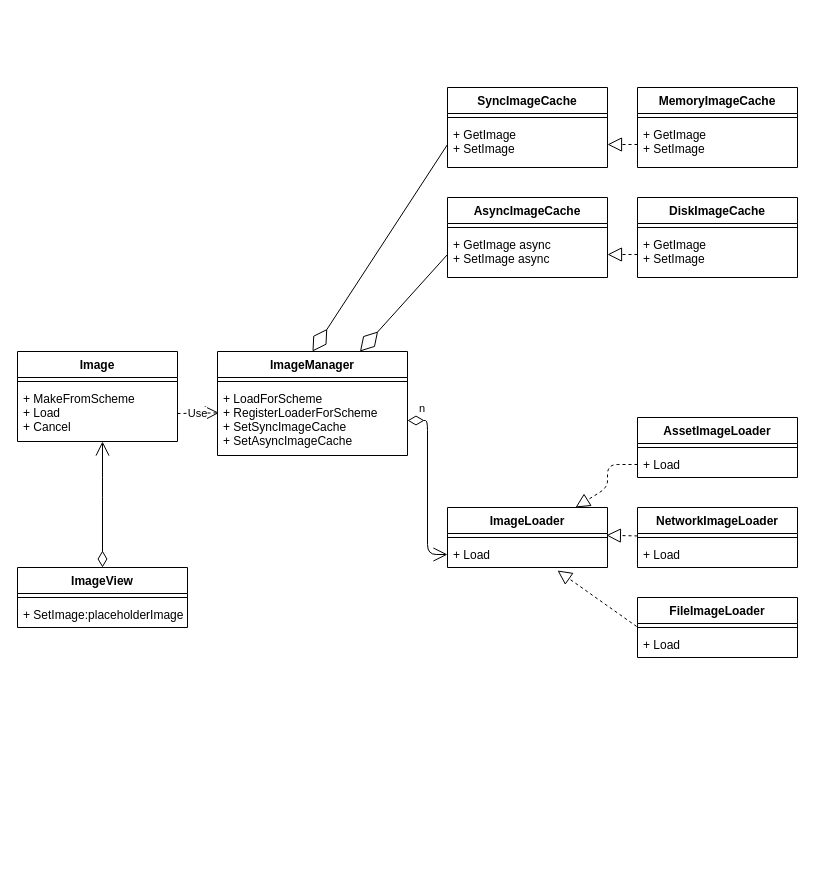
Earlier version of the draw.io diagram page "类图" (1 of 2) of Untitled Diagram.drawio (SoolyChristy/SoolyChristina.github.io). Source tidied: cells renumbered, new cells numbered last; positions are measured from the earlier drawing's top-left corner, leaving out a move shared by most shapes. Both pictures are drawn from the tidied source at 100%, with x=0, y=0 at pixel (17, 87).
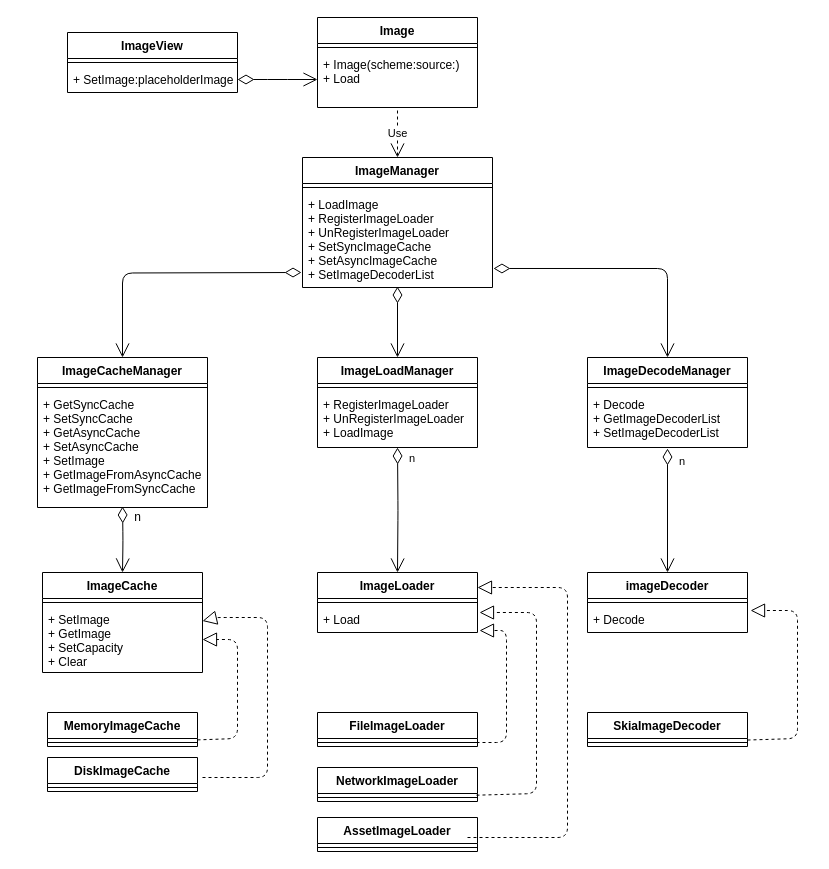
The same page after the edit.

Unchanged cells that the change refers to:
```xml
<mxCell id="9" style="line;strokeWidth=1;fillColor=none;align=left;verticalAlign=middle;spacingTop=-1;spacingLeft=3;spacingRight=3;labelPosition=right;points=[];portConstraint=eastwest;" parent="8" vertex="1">
  <mxGeometry y="26" width="160" height="8" as="geometry" />
</mxCell>
<mxCell id="10" value="+ Load" style="text;strokeColor=none;fillColor=none;align=left;verticalAlign=top;spacingLeft=4;spacingRight=4;overflow=hidden;points=[[0,0.5],[1,0.5]];portConstraint=eastwest;" parent="8" vertex="1">
  <mxGeometry y="34" width="160" height="26" as="geometry" />
</mxCell>
<mxCell id="15" style="line;strokeWidth=1;fillColor=none;align=left;verticalAlign=middle;spacingTop=-1;spacingLeft=3;spacingRight=3;labelPosition=right;points=[];portConstraint=eastwest;" parent="14" vertex="1">
  <mxGeometry y="26" width="160" height="8" as="geometry" />
</mxCell>
<mxCell id="34" value="+ SetImage:placeholderImage" style="text;strokeColor=none;fillColor=none;align=left;verticalAlign=top;spacingLeft=4;spacingRight=4;overflow=hidden;points=[[0,0.5],[1,0.5]];portConstraint=eastwest;" parent="32" vertex="1">
  <mxGeometry y="34" width="170" height="26" as="geometry" />
</mxCell>
```

The edit, as a diff of the source:
```diff
@@
     <mxCell id="2" value="Image" style="swimlane;fontStyle=1;align=center;verticalAlign=top;horizontal=1;startSize=26;" parent="1" vertex="1">
-      <mxGeometry y="264" width="160" height="90" as="geometry" />
+      <mxGeometry x="300" y="-70" width="160" height="90" as="geometry" />
     </mxCell>
@@
-    <mxCell id="4" value="+ MakeFromScheme&#10;+ Load&#10;+ Cancel" style="text;strokeColor=none;fillColor=none;align=left;verticalAlign=top;spacingLeft=4;spacingRight=4;overflow=hidden;points=[[0,0.5],[1,0.5]];portConstraint=eastwest;" parent="2" vertex="1">
+    <mxCell id="4" value="+ Image(scheme:source:)&#10;+ Load" style="text;strokeColor=none;fillColor=none;align=left;verticalAlign=top;spacingLeft=4;spacingRight=4;overflow=hidden;points=[[0,0.5],[1,0.5]];portConstraint=eastwest;" parent="2" vertex="1">
       <mxGeometry y="34" width="160" height="56" as="geometry" />
     </mxCell>
     <mxCell id="5" value="ImageManager" style="swimlane;fontStyle=1;align=center;verticalAlign=top;horizontal=1;startSize=26;" parent="1" vertex="1">
-      <mxGeometry x="200" y="264" width="190" height="104" as="geometry" />
+      <mxGeometry x="285" y="70" width="190" height="130" as="geometry" />
     </mxCell>
@@
-    <mxCell id="7" value="+ LoadForScheme&#10;+ RegisterLoaderForScheme&#10;+ SetSyncImageCache&#10;+ SetAsyncImageCache" style="text;strokeColor=none;fillColor=none;align=left;verticalAlign=top;spacingLeft=4;spacingRight=4;overflow=hidden;points=[[0,0.5],[1,0.5]];portConstraint=eastwest;" parent="5" vertex="1">
-      <mxGeometry y="34" width="190" height="70" as="geometry" />
+    <mxCell id="7" value="+ LoadImage&#10;+ RegisterImageLoader&#10;+ UnRegisterImageLoader&#10;+ SetSyncImageCache&#10;+ SetAsyncImageCache&#10;+ SetImageDecoderList" style="text;strokeColor=none;fillColor=none;align=left;verticalAlign=top;spacingLeft=4;spacingRight=4;overflow=hidden;points=[[0,0.5],[1,0.5]];portConstraint=eastwest;" parent="5" vertex="1">
+      <mxGeometry y="34" width="190" height="96" as="geometry" />
     </mxCell>
     <mxCell id="8" value="ImageLoader" style="swimlane;fontStyle=1;align=center;verticalAlign=top;horizontal=1;startSize=26;" parent="1" vertex="1">
-      <mxGeometry x="430" y="420" width="160" height="60" as="geometry" />
+      <mxGeometry x="300" y="485" width="160" height="60" as="geometry" />
     </mxCell>
@@
     <mxCell id="11" value="FileImageLoader" style="swimlane;fontStyle=1;align=center;verticalAlign=top;horizontal=1;startSize=26;" parent="1" vertex="1">
-      <mxGeometry x="620" y="510" width="160" height="60" as="geometry" />
+      <mxGeometry x="300" y="625" width="160" height="34" as="geometry" />
     </mxCell>
@@
-    <mxCell id="13" value="+ Load" style="text;strokeColor=none;fillColor=none;align=left;verticalAlign=top;spacingLeft=4;spacingRight=4;overflow=hidden;points=[[0,0.5],[1,0.5]];portConstraint=eastwest;" parent="11" vertex="1">
-      <mxGeometry y="34" width="160" height="26" as="geometry" />
-    </mxCell>
     <mxCell id="14" value="NetworkImageLoader" style="swimlane;fontStyle=1;align=center;verticalAlign=top;horizontal=1;startSize=26;" parent="1" vertex="1">
-      <mxGeometry x="620" y="420" width="160" height="60" as="geometry" />
+      <mxGeometry x="300" y="680" width="160" height="34" as="geometry" />
     </mxCell>
@@
-    <mxCell id="16" value="+ Load" style="text;strokeColor=none;fillColor=none;align=left;verticalAlign=top;spacingLeft=4;spacingRight=4;overflow=hidden;" parent="14" vertex="1">
-      <mxGeometry y="34" width="160" height="26" as="geometry" />
-    </mxCell>
     <mxCell id="17" value="AssetImageLoader" style="swimlane;fontStyle=1;align=center;verticalAlign=top;horizontal=1;startSize=26;" parent="1" vertex="1">
-      <mxGeometry x="620" y="330" width="160" height="60" as="geometry" />
+      <mxGeometry x="300" y="730" width="160" height="34" as="geometry" />
     </mxCell>
+    <mxCell id="45" style="endArrow=block;dashed=1;endFill=0;endSize=12;html=1;entryX=1;entryY=0.25;entryDx=0;entryDy=0;" parent="17" edge="1" target="8">
+      <mxGeometry relative="1" as="geometry">
+        <mxPoint x="150" y="20" as="sourcePoint" />
+        <Array as="points">
+          <mxPoint x="250" y="20" />
+          <mxPoint x="250" y="-230" />
+        </Array>
+      </mxGeometry>
+    </mxCell>
@@
-    <mxCell id="19" value="+ Load" style="text;strokeColor=none;fillColor=none;align=left;verticalAlign=top;spacingLeft=4;spacingRight=4;overflow=hidden;points=[[0,0.5],[1,0.5]];portConstraint=eastwest;" parent="17" vertex="1">
-      <mxGeometry y="34" width="160" height="26" as="geometry" />
-    </mxCell>
-    <mxCell id="20" value="SyncImageCache" style="swimlane;fontStyle=1;align=center;verticalAlign=top;horizontal=1;startSize=26;" parent="1" vertex="1">
-      <mxGeometry x="430" width="160" height="80" as="geometry" />
-    </mxCell>
-    <mxCell id="21" style="line;strokeWidth=1;fillColor=none;align=left;verticalAlign=middle;spacingTop=-1;spacingLeft=3;spacingRight=3;labelPosition=right;" parent="20" vertex="1">
-      <mxGeometry y="26" width="160" height="8" as="geometry" />
-    </mxCell>
-    <mxCell id="22" value="+ GetImage&#10;+ SetImage" style="text;strokeColor=none;fillColor=none;align=left;verticalAlign=top;spacingLeft=4;spacingRight=4;overflow=hidden;points=[[0,0.5],[1,0.5]];portConstraint=eastwest;" parent="20" vertex="1">
-      <mxGeometry y="34" width="160" height="46" as="geometry" />
-    </mxCell>
-    <mxCell id="23" value="AsyncImageCache" style="swimlane;fontStyle=1;align=center;verticalAlign=top;horizontal=1;startSize=26;" parent="1" vertex="1">
-      <mxGeometry x="430" y="110" width="160" height="80" as="geometry" />
-    </mxCell>
-    <mxCell id="24" style="line;strokeWidth=1;fillColor=none;align=left;verticalAlign=middle;spacingTop=-1;spacingLeft=3;spacingRight=3;labelPosition=right;" parent="23" vertex="1">
-      <mxGeometry y="26" width="160" height="8" as="geometry" />
-    </mxCell>
-    <mxCell id="25" value="+ GetImage async&#10;+ SetImage async" style="text;strokeColor=none;fillColor=none;align=left;verticalAlign=top;spacingLeft=4;spacingRight=4;overflow=hidden;points=[[0,0.5],[1,0.5]];portConstraint=eastwest;" parent="23" vertex="1">
-      <mxGeometry y="34" width="160" height="46" as="geometry" />
-    </mxCell>
     <mxCell id="26" value="MemoryImageCache" style="swimlane;fontStyle=1;align=center;verticalAlign=top;horizontal=1;startSize=26;" parent="1" vertex="1">
-      <mxGeometry x="620" width="160" height="80" as="geometry" />
+      <mxGeometry x="30" y="625" width="150" height="34" as="geometry" />
     </mxCell>
     <mxCell id="27" style="line;strokeWidth=1;fillColor=none;align=left;verticalAlign=middle;spacingTop=-1;spacingLeft=3;spacingRight=3;labelPosition=right;points=[];portConstraint=eastwest;" parent="26" vertex="1">
-      <mxGeometry y="26" width="160" height="8" as="geometry" />
+      <mxGeometry y="26" width="150" height="8" as="geometry" />
     </mxCell>
-    <mxCell id="28" value="+ GetImage&#10;+ SetImage" style="text;strokeColor=none;fillColor=none;align=left;verticalAlign=top;spacingLeft=4;spacingRight=4;overflow=hidden;points=[[0,0.5],[1,0.5]];portConstraint=eastwest;" parent="26" vertex="1">
-      <mxGeometry y="34" width="160" height="46" as="geometry" />
-    </mxCell>
     <mxCell id="29" value="DiskImageCache" style="swimlane;fontStyle=1;align=center;verticalAlign=top;horizontal=1;startSize=26;" parent="1" vertex="1">
-      <mxGeometry x="620" y="110" width="160" height="80" as="geometry" />
+      <mxGeometry x="30" y="670" width="150" height="34" as="geometry" />
     </mxCell>
+    <mxCell id="46" style="endArrow=block;dashed=1;endFill=0;endSize=12;html=1;" parent="29" edge="1" target="49">
+      <mxGeometry relative="1" as="geometry">
+        <mxPoint x="155" y="20" as="sourcePoint" />
+        <Array as="points">
+          <mxPoint x="220" y="20" />
+          <mxPoint x="220" y="-140" />
+          <mxPoint x="170" y="-140" />
+        </Array>
+      </mxGeometry>
+    </mxCell>
     <mxCell id="30" style="line;strokeWidth=1;fillColor=none;align=left;verticalAlign=middle;spacingTop=-1;spacingLeft=3;spacingRight=3;labelPosition=right;" parent="29" vertex="1">
-      <mxGeometry y="26" width="160" height="8" as="geometry" />
+      <mxGeometry y="26" width="150" height="8" as="geometry" />
     </mxCell>
-    <mxCell id="31" value="+ GetImage&#10;+ SetImage" style="text;strokeColor=none;fillColor=none;align=left;verticalAlign=top;spacingLeft=4;spacingRight=4;overflow=hidden;points=[[0,0.5],[1,0.5]];portConstraint=eastwest;" parent="29" vertex="1">
-      <mxGeometry y="34" width="160" height="46" as="geometry" />
-    </mxCell>
     <mxCell id="32" value="ImageView" style="swimlane;fontStyle=1;align=center;verticalAlign=top;horizontal=1;startSize=26;" parent="1" vertex="1">
-      <mxGeometry y="480" width="170" height="60" as="geometry" />
+      <mxGeometry x="50" y="-55" width="170" height="60" as="geometry" />
     </mxCell>
@@
-    <mxCell id="35" style="endArrow=open;html=1;endSize=12;startArrow=diamondThin;startSize=14;startFill=0;edgeStyle=orthogonalEdgeStyle;align=left;verticalAlign=bottom;exitX=0.5;exitY=0;exitDx=0;exitDy=0;" parent="1" edge="1" source="32" target="4">
-      <mxGeometry x="-0.68" y="25" relative="1" as="geometry">
-        <Array as="points">
-          <mxPoint x="85" y="400" />
-          <mxPoint x="85" y="400" />
-        </Array>
-      </mxGeometry>
-    </mxCell>
-    <mxCell id="36" style="endArrow=block;dashed=1;endFill=0;endSize=12;html=1;entryX=1;entryY=0.5;entryDx=0;entryDy=0;" parent="1" edge="1" source="28" target="22">
-      <mxGeometry relative="1" as="geometry" />
-    </mxCell>
-    <mxCell id="37" style="endArrow=block;dashed=1;endFill=0;endSize=12;html=1;entryX=1;entryY=0.5;entryDx=0;entryDy=0;" parent="1" edge="1" source="31" target="25">
-      <mxGeometry relative="1" as="geometry" />
-    </mxCell>
-    <mxCell id="38" style="endArrow=block;dashed=1;endFill=0;endSize=12;html=1;" parent="1" edge="1" source="19" target="8">
-      <mxGeometry relative="1" as="geometry">
-        <Array as="points">
-          <mxPoint x="590" y="377" />
-          <mxPoint x="590" y="400" />
-        </Array>
-      </mxGeometry>
-    </mxCell>
-    <mxCell id="39" style="endArrow=block;dashed=1;endFill=0;endSize=12;html=1;entryX=0.993;entryY=0.225;entryDx=0;entryDy=0;entryPerimeter=0;" parent="1" edge="1" source="15" target="9">
-      <mxGeometry relative="1" as="geometry" />
-    </mxCell>
-    <mxCell id="40" style="endArrow=block;dashed=1;endFill=0;endSize=12;html=1;exitX=-0.005;exitY=-0.192;exitDx=0;exitDy=0;exitPerimeter=0;" parent="1" edge="1" source="13">
-      <mxGeometry relative="1" as="geometry">
-        <mxPoint x="540" y="483" as="targetPoint" />
-      </mxGeometry>
-    </mxCell>
-    <mxCell id="41" style="endArrow=diamondThin;endFill=0;endSize=24;html=1;entryX=0.5;entryY=0;entryDx=0;entryDy=0;exitX=0;exitY=0.5;exitDx=0;exitDy=0;" parent="1" edge="1" source="22" target="5">
-      <mxGeometry relative="1" as="geometry" />
-    </mxCell>
-    <mxCell id="42" style="endArrow=diamondThin;endFill=0;endSize=24;html=1;exitX=0;exitY=0.5;exitDx=0;exitDy=0;entryX=0.75;entryY=0;entryDx=0;entryDy=0;" parent="1" edge="1" source="25" target="5">
-      <mxGeometry relative="1" as="geometry" />
-    </mxCell>
+    <mxCell id="47" value="ImageCache" style="swimlane;fontStyle=1;align=center;verticalAlign=top;horizontal=1;startSize=26;" parent="1" vertex="1">
+      <mxGeometry x="25" y="485" width="160" height="100" as="geometry" />
+    </mxCell>
+    <mxCell id="48" style="line;strokeWidth=1;fillColor=none;align=left;verticalAlign=middle;spacingTop=-1;spacingLeft=3;spacingRight=3;labelPosition=right;" parent="47" vertex="1">
+      <mxGeometry y="26" width="160" height="8" as="geometry" />
+    </mxCell>
+    <mxCell id="49" value="+ SetImage&#10;+ GetImage&#10;+ SetCapacity&#10;+ Clear" style="text;strokeColor=none;fillColor=none;align=left;verticalAlign=top;spacingLeft=4;spacingRight=4;overflow=hidden;points=[[0,0.5],[1,0.5]];portConstraint=eastwest;" parent="47" vertex="1">
+      <mxGeometry y="34" width="160" height="66" as="geometry" />
+    </mxCell>
+    <mxCell id="50" value="imageDecoder" style="swimlane;fontStyle=1;align=center;verticalAlign=top;horizontal=1;startSize=26;" parent="1" vertex="1">
+      <mxGeometry x="570" y="485" width="160" height="60" as="geometry" />
+    </mxCell>
+    <mxCell id="51" style="line;strokeWidth=1;fillColor=none;align=left;verticalAlign=middle;spacingTop=-1;spacingLeft=3;spacingRight=3;labelPosition=right;" parent="50" vertex="1">
+      <mxGeometry y="26" width="160" height="8" as="geometry" />
+    </mxCell>
+    <mxCell id="52" value="+ Decode" style="text;strokeColor=none;fillColor=none;align=left;verticalAlign=top;spacingLeft=4;spacingRight=4;overflow=hidden;points=[[0,0.5],[1,0.5]];portConstraint=eastwest;" parent="50" vertex="1">
+      <mxGeometry y="34" width="160" height="26" as="geometry" />
+    </mxCell>
+    <mxCell id="53" value="ImageCacheManager" style="swimlane;fontStyle=1;align=center;verticalAlign=top;horizontal=1;startSize=26;" parent="1" vertex="1">
+      <mxGeometry x="20" y="270" width="170" height="150" as="geometry" />
+    </mxCell>
+    <mxCell id="54" style="line;strokeWidth=1;fillColor=none;align=left;verticalAlign=middle;spacingTop=-1;spacingLeft=3;spacingRight=3;labelPosition=right;" parent="53" vertex="1">
+      <mxGeometry y="26" width="170" height="8" as="geometry" />
+    </mxCell>
+    <mxCell id="55" value="+ GetSyncCache&#10;+ SetSyncCache&#10;+ GetAsyncCache&#10;+ SetAsyncCache&#10;+ SetImage&#10;+ GetImageFromAsyncCache&#10;+ GetImageFromSyncCache&#10;" style="text;strokeColor=none;fillColor=none;align=left;verticalAlign=top;spacingLeft=4;spacingRight=4;overflow=hidden;" parent="53" vertex="1">
+      <mxGeometry y="34" width="170" height="116" as="geometry" />
+    </mxCell>
+    <mxCell id="56" value="ImageDecodeManager" style="swimlane;fontStyle=1;align=center;verticalAlign=top;horizontal=1;startSize=26;" parent="1" vertex="1">
+      <mxGeometry x="570" y="270" width="160" height="90" as="geometry" />
+    </mxCell>
+    <mxCell id="57" style="line;strokeWidth=1;fillColor=none;align=left;verticalAlign=middle;spacingTop=-1;spacingLeft=3;spacingRight=3;labelPosition=right;" parent="56" vertex="1">
+      <mxGeometry y="26" width="160" height="8" as="geometry" />
+    </mxCell>
+    <mxCell id="58" value="+ Decode&#10;+ GetImageDecoderList&#10;+ SetImageDecoderList" style="text;strokeColor=none;fillColor=none;align=left;verticalAlign=top;spacingLeft=4;spacingRight=4;overflow=hidden;points=[[0,0.5],[1,0.5]];portConstraint=eastwest;" parent="56" vertex="1">
+      <mxGeometry y="34" width="160" height="56" as="geometry" />
+    </mxCell>
+    <mxCell id="59" value="ImageLoadManager" style="swimlane;fontStyle=1;align=center;verticalAlign=top;horizontal=1;startSize=26;" parent="1" vertex="1">
+      <mxGeometry x="300" y="270" width="160" height="90" as="geometry" />
+    </mxCell>
+    <mxCell id="60" style="line;strokeWidth=1;fillColor=none;align=left;verticalAlign=middle;spacingTop=-1;spacingLeft=3;spacingRight=3;labelPosition=right;" parent="59" vertex="1">
+      <mxGeometry y="26" width="160" height="8" as="geometry" />
+    </mxCell>
+    <mxCell id="61" value="+ RegisterImageLoader&#10;+ UnRegisterImageLoader&#10;+ LoadImage" style="text;strokeColor=none;fillColor=none;align=left;verticalAlign=top;spacingLeft=4;spacingRight=4;overflow=hidden;" parent="59" vertex="1">
+      <mxGeometry y="34" width="160" height="56" as="geometry" />
+    </mxCell>
+    <mxCell id="62" value="n" style="endArrow=open;html=1;endSize=12;startArrow=diamondThin;startSize=14;startFill=0;edgeStyle=orthogonalEdgeStyle;align=left;verticalAlign=bottom;entryX=0.5;entryY=0;entryDx=0;entryDy=0;" parent="59" edge="1" target="8">
+      <mxGeometry x="-0.68" y="10" relative="1" as="geometry">
+        <mxPoint x="80" y="90" as="sourcePoint" />
+      </mxGeometry>
+    </mxCell>
+    <mxCell id="63" value="SkiaImageDecoder" style="swimlane;fontStyle=1;align=center;verticalAlign=top;horizontal=1;startSize=26;" parent="1" vertex="1">
+      <mxGeometry x="570" y="625" width="160" height="34" as="geometry" />
+    </mxCell>
+    <mxCell id="64" style="line;strokeWidth=1;fillColor=none;align=left;verticalAlign=middle;spacingTop=-1;spacingLeft=3;spacingRight=3;labelPosition=right;points=[];portConstraint=eastwest;" parent="63" vertex="1">
+      <mxGeometry y="26" width="160" height="8" as="geometry" />
+    </mxCell>
+    <mxCell id="65" style="endArrow=open;html=1;endSize=12;startArrow=diamondThin;startSize=14;startFill=0;edgeStyle=orthogonalEdgeStyle;align=left;verticalAlign=bottom;" parent="1" edge="1" source="34">
+      <mxGeometry x="-1" y="3" relative="1" as="geometry">
+        <mxPoint x="300" y="-8" as="targetPoint" />
+      </mxGeometry>
+    </mxCell>
-    <mxCell id="43" value="Use" style="endArrow=open;endSize=12;dashed=1;html=1;exitX=1;exitY=0.5;exitDx=0;exitDy=0;entryX=0.008;entryY=0.391;entryDx=0;entryDy=0;entryPerimeter=0;" parent="1" edge="1" source="4" target="7">
-      <mxGeometry x="-0.04" relative="1" as="geometry" />
+    <mxCell id="43" value="Use" style="endArrow=open;endSize=12;dashed=1;html=1;entryX=0.5;entryY=0;entryDx=0;entryDy=0;exitX=0.5;exitY=1.054;exitDx=0;exitDy=0;exitPerimeter=0;" parent="1" edge="1" source="4" target="5">
+      <mxGeometry relative="1" as="geometry" />
     </mxCell>
-    <mxCell id="44" value="n" style="endArrow=open;html=1;endSize=12;startArrow=diamondThin;startSize=14;startFill=0;edgeStyle=orthogonalEdgeStyle;align=left;verticalAlign=bottom;entryX=0;entryY=0.5;entryDx=0;entryDy=0;" parent="1" edge="1" source="7" target="10">
-      <mxGeometry x="-0.89" y="3" relative="1" as="geometry" />
-    </mxCell>
+    <mxCell id="66" style="endArrow=open;html=1;endSize=12;startArrow=diamondThin;startSize=14;startFill=0;edgeStyle=orthogonalEdgeStyle;align=left;verticalAlign=bottom;" parent="1" edge="1" target="53">
+      <mxGeometry x="-1" y="3" relative="1" as="geometry">
+        <mxPoint x="284" y="185" as="sourcePoint" />
+      </mxGeometry>
+    </mxCell>
+    <mxCell id="67" style="endArrow=open;html=1;endSize=12;startArrow=diamondThin;startSize=14;startFill=0;edgeStyle=orthogonalEdgeStyle;align=left;verticalAlign=bottom;exitX=0.5;exitY=0.99;exitDx=0;exitDy=0;exitPerimeter=0;" parent="1" edge="1" source="7" target="59">
+      <mxGeometry x="-1" y="3" relative="1" as="geometry" />
+    </mxCell>
+    <mxCell id="68" style="endArrow=open;html=1;endSize=12;startArrow=diamondThin;startSize=14;startFill=0;edgeStyle=orthogonalEdgeStyle;align=left;verticalAlign=bottom;exitX=1.005;exitY=0.802;exitDx=0;exitDy=0;exitPerimeter=0;entryX=0.5;entryY=0;entryDx=0;entryDy=0;" parent="1" edge="1" source="7" target="56">
+      <mxGeometry x="-1" y="3" relative="1" as="geometry" />
+    </mxCell>
+    <mxCell id="69" style="endArrow=open;html=1;endSize=12;startArrow=diamondThin;startSize=14;startFill=0;edgeStyle=orthogonalEdgeStyle;align=left;verticalAlign=bottom;entryX=0.5;entryY=0;entryDx=0;entryDy=0;" parent="1" edge="1" target="47">
+      <mxGeometry x="-1" y="3" relative="1" as="geometry">
+        <mxPoint x="105" y="419" as="sourcePoint" />
+      </mxGeometry>
+    </mxCell>
+    <mxCell id="70" value="n" style="text;html=1;align=center;verticalAlign=middle;strokeColor=none;" parent="1" vertex="1">
+      <mxGeometry x="110" y="420" width="20" height="20" as="geometry" />
+    </mxCell>
+    <mxCell id="71" value="n" style="endArrow=open;html=1;endSize=12;startArrow=diamondThin;startSize=14;startFill=0;edgeStyle=orthogonalEdgeStyle;align=left;verticalAlign=bottom;entryX=0.5;entryY=0;entryDx=0;entryDy=0;exitX=0.5;exitY=1.018;exitDx=0;exitDy=0;exitPerimeter=0;" parent="1" edge="1" source="58" target="50">
+      <mxGeometry x="-0.65" y="10" relative="1" as="geometry" />
+    </mxCell>
+    <mxCell id="72" style="endArrow=block;dashed=1;endFill=0;endSize=12;html=1;entryX=1;entryY=0.5;entryDx=0;entryDy=0;" parent="1" edge="1" source="27" target="49">
+      <mxGeometry relative="1" as="geometry">
+        <Array as="points">
+          <mxPoint x="220" y="651" />
+          <mxPoint x="220" y="552" />
+        </Array>
+      </mxGeometry>
+    </mxCell>
+    <mxCell id="73" style="endArrow=block;dashed=1;endFill=0;endSize=12;html=1;entryX=1.019;entryY=0.923;entryDx=0;entryDy=0;entryPerimeter=0;" parent="1" edge="1">
+      <mxGeometry relative="1" as="geometry">
+        <mxPoint x="459" y="655" as="sourcePoint" />
+        <mxPoint x="462" y="543" as="targetPoint" />
+        <Array as="points">
+          <mxPoint x="489" y="655" />
+          <mxPoint x="489" y="543" />
+        </Array>
+      </mxGeometry>
+    </mxCell>
+    <mxCell id="74" style="endArrow=block;dashed=1;endFill=0;endSize=12;html=1;" parent="1" edge="1">
+      <mxGeometry relative="1" as="geometry">
+        <mxPoint x="459" y="707.7" as="sourcePoint" />
+        <mxPoint x="462" y="525" as="targetPoint" />
+        <Array as="points">
+          <mxPoint x="519" y="706" />
+          <mxPoint x="519" y="525" />
+        </Array>
+      </mxGeometry>
+    </mxCell>
+    <mxCell id="75" style="endArrow=block;dashed=1;endFill=0;endSize=12;html=1;entryX=1.019;entryY=0.154;entryDx=0;entryDy=0;entryPerimeter=0;" parent="1" edge="1" source="64" target="52">
+      <mxGeometry relative="1" as="geometry">
+        <Array as="points">
+          <mxPoint x="780" y="651" />
+          <mxPoint x="780" y="523" />
+        </Array>
+      </mxGeometry>
+    </mxCell>
```
